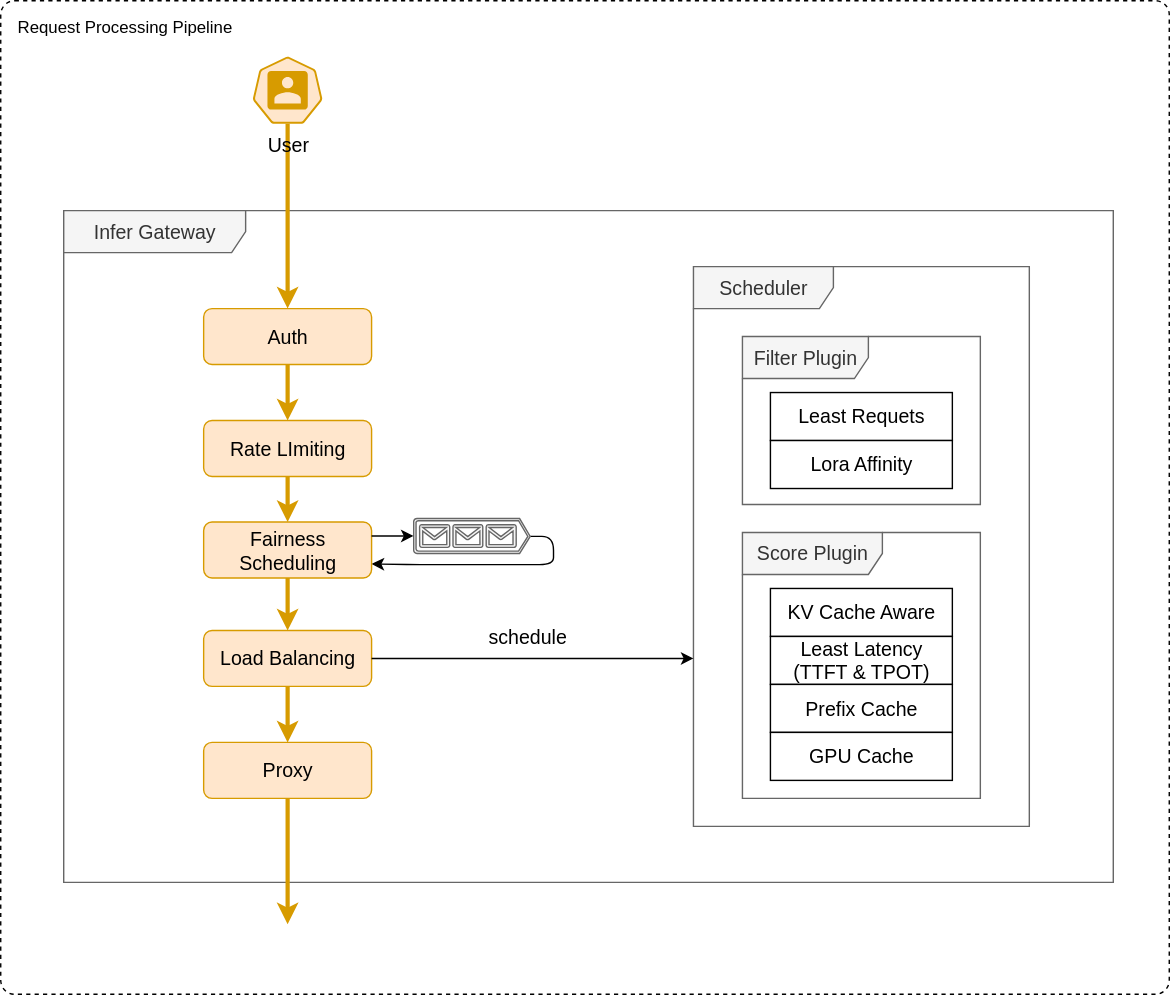
matrixinfer-ai/kthena keeps this draw.io diagram as docs/kthena/static/img/diagrams/architecture/request_pipeline.svg. Above is the earlier version. Source tidied: cells renumbered, new cells last; positions are measured from the earlier drawing's top-left corner, leaving out a move shared by most shapes.
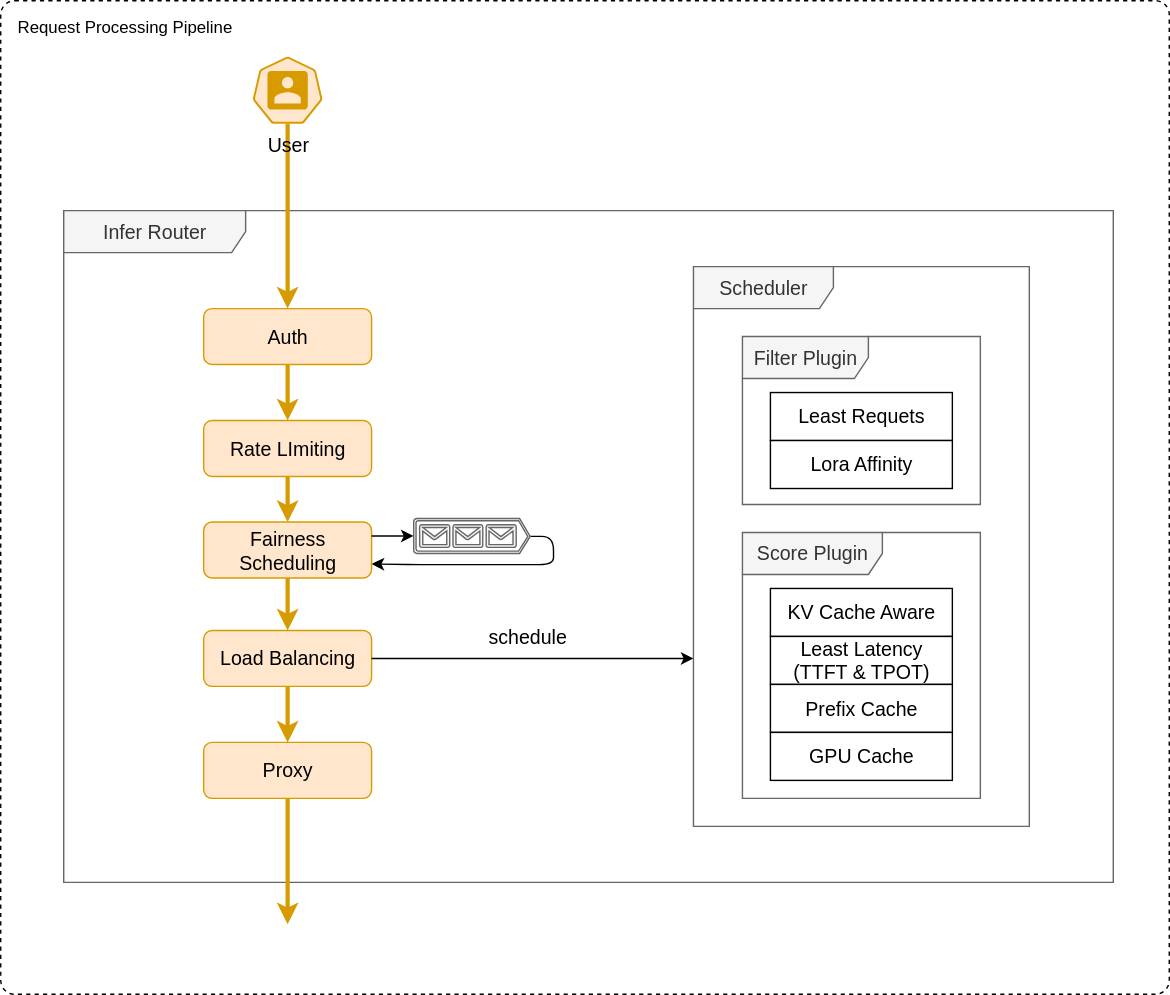
Above is the later version.

The edit, as a diff of the source:
```diff
@@ -5,7 +5,7 @@
     <mxCell id="2" value="Request Processing Pipeline" style="dashed=1;rounded=1;absoluteArcSize=1;arcSize=20;html=1;verticalAlign=top;align=left;spacingTop=5;spacingLeft=10;whiteSpace=wrap;fillColor=#FFFFFF;" parent="1" vertex="1">
       <mxGeometry width="835" height="710" as="geometry" />
     </mxCell>
-    <mxCell id="3" value="Infer Gateway" style="shape=umlFrame;whiteSpace=wrap;html=1;width=130;fillStyle=auto;fillColor=#F5F5F5;fontColor=#333333;strokeColor=#666666;fontSize=14;height=30;rounded=1;" parent="1" vertex="1">
+    <mxCell id="3" value="Infer Router" style="shape=umlFrame;whiteSpace=wrap;html=1;width=130;fillStyle=auto;fillColor=#F5F5F5;fontColor=#333333;strokeColor=#666666;fontSize=14;height=30;rounded=1;" parent="1" vertex="1">
       <mxGeometry x="45" y="150" width="750" height="480" as="geometry" />
     </mxCell>
     <mxCell id="4" style="edgeStyle=orthogonalEdgeStyle;rounded=1;jettySize=auto;html=1;exitX=0.5;exitY=1;exitDx=0;exitDy=0;exitPerimeter=0;entryX=0.5;entryY=0;entryDx=0;entryDy=0;fillColor=#ffe6cc;strokeColor=#d79b00;strokeWidth=3;fontSize=14;" parent="1" edge="1" source="5" target="7">
```
